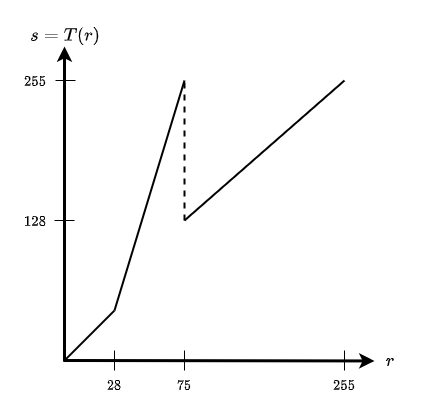
Before: W4/4-6-c.drawio.png, a diagram exported from draw.io (hazalmogultay/466Images). Source tidied: cells renumbered, new cells last; positions are measured from the earlier drawing's top-left corner, leaving out a move shared by most shapes. Its diagram source:
```xml
<mxGraphModel math="1">
  <root>
    <mxCell id="0" />
    <mxCell id="1" parent="0" />
    <mxCell id="2" style="endArrow=classic;html=1;rounded=0;strokeWidth=3;fontFamily=Helvetica;" parent="1" edge="1">
      <mxGeometry relative="1" as="geometry">
        <mxPoint x="64" y="361" as="sourcePoint" />
        <mxPoint x="64" y="46" as="targetPoint" />
      </mxGeometry>
    </mxCell>
    <mxCell id="3" style="endArrow=classic;html=1;rounded=0;strokeWidth=3;" parent="1" edge="1">
      <mxGeometry relative="1" as="geometry">
        <mxPoint x="63" y="360" as="sourcePoint" />
        <mxPoint x="374" y="360.4" as="targetPoint" />
      </mxGeometry>
    </mxCell>
    <mxCell id="4" value="$$s = T(r)$$" style="text;html=1;strokeColor=none;fillColor=none;align=center;verticalAlign=middle;whiteSpace=wrap;rounded=0;fontSize=16;fontStyle=1;" parent="1" vertex="1">
      <mxGeometry width="130" height="70" as="geometry" />
    </mxCell>
    <mxCell id="5" value="$$r$$" style="text;html=1;strokeColor=none;fillColor=none;align=center;verticalAlign=middle;whiteSpace=wrap;rounded=0;fontSize=16;" parent="1" vertex="1">
      <mxGeometry x="360" y="345" width="60" height="30" as="geometry" />
    </mxCell>
    <mxCell id="6" style="endArrow=none;html=1;rounded=0;strokeWidth=2;" parent="1" edge="1">
      <mxGeometry relative="1" as="geometry">
        <mxPoint x="64" y="360" as="sourcePoint" />
        <mxPoint x="114" y="310" as="targetPoint" />
      </mxGeometry>
    </mxCell>
    <mxCell id="7" style="endArrow=none;html=1;rounded=0;strokeWidth=2;" parent="1" edge="1">
      <mxGeometry relative="1" as="geometry">
        <mxPoint x="114" y="310" as="sourcePoint" />
        <mxPoint x="184" y="80" as="targetPoint" />
      </mxGeometry>
    </mxCell>
    <mxCell id="8" style="endArrow=none;html=1;rounded=0;strokeWidth=2;" parent="1" edge="1">
      <mxGeometry relative="1" as="geometry">
        <mxPoint x="184" y="220" as="sourcePoint" />
        <mxPoint x="344" y="80" as="targetPoint" />
      </mxGeometry>
    </mxCell>
    <mxCell id="9" style="endArrow=none;dashed=1;html=1;rounded=0;strokeWidth=2;" parent="1" edge="1">
      <mxGeometry relative="1" as="geometry">
        <mxPoint x="184" y="220" as="sourcePoint" />
        <mxPoint x="184" y="80" as="targetPoint" />
      </mxGeometry>
    </mxCell>
    <mxCell id="10" style="endArrow=none;html=1;rounded=0;strokeWidth=1;" parent="1" edge="1">
      <mxGeometry relative="1" as="geometry">
        <mxPoint x="54" y="220" as="sourcePoint" />
        <mxPoint x="74" y="220" as="targetPoint" />
      </mxGeometry>
    </mxCell>
    <mxCell id="11" style="endArrow=none;html=1;rounded=0;strokeWidth=1;" parent="1" edge="1">
      <mxGeometry relative="1" as="geometry">
        <mxPoint x="55" y="80" as="sourcePoint" />
        <mxPoint x="75" y="80" as="targetPoint" />
      </mxGeometry>
    </mxCell>
    <mxCell id="12" value="$$255$$" style="text;html=1;strokeColor=none;fillColor=none;align=center;verticalAlign=middle;whiteSpace=wrap;rounded=0;" parent="1" vertex="1">
      <mxGeometry x="5" y="66" width="60" height="30" as="geometry" />
    </mxCell>
    <mxCell id="13" value="$$128$$" style="text;html=1;strokeColor=none;fillColor=none;align=center;verticalAlign=middle;whiteSpace=wrap;rounded=0;" parent="1" vertex="1">
      <mxGeometry x="5" y="206" width="60" height="30" as="geometry" />
    </mxCell>
    <mxCell id="14" style="endArrow=none;html=1;rounded=0;strokeWidth=1;" parent="1" edge="1">
      <mxGeometry relative="1" as="geometry">
        <mxPoint x="114" y="370" as="sourcePoint" />
        <mxPoint x="114" y="350" as="targetPoint" />
      </mxGeometry>
    </mxCell>
    <mxCell id="15" style="endArrow=none;html=1;rounded=0;strokeWidth=1;" parent="1" edge="1">
      <mxGeometry relative="1" as="geometry">
        <mxPoint x="184" y="370" as="sourcePoint" />
        <mxPoint x="184" y="350" as="targetPoint" />
      </mxGeometry>
    </mxCell>
    <mxCell id="16" style="endArrow=none;html=1;rounded=0;strokeWidth=1;" parent="1" edge="1">
      <mxGeometry relative="1" as="geometry">
        <mxPoint x="344" y="370" as="sourcePoint" />
        <mxPoint x="344" y="350" as="targetPoint" />
      </mxGeometry>
    </mxCell>
    <mxCell id="17" value="$$28$$" style="text;html=1;strokeColor=none;fillColor=none;align=center;verticalAlign=middle;whiteSpace=wrap;rounded=0;" parent="1" vertex="1">
      <mxGeometry x="84" y="370" width="60" height="30" as="geometry" />
    </mxCell>
    <mxCell id="18" value="$$75$$" style="text;html=1;strokeColor=none;fillColor=none;align=center;verticalAlign=middle;whiteSpace=wrap;rounded=0;" parent="1" vertex="1">
      <mxGeometry x="154" y="370" width="60" height="30" as="geometry" />
    </mxCell>
    <mxCell id="19" value="$$255$$" style="text;html=1;strokeColor=none;fillColor=none;align=center;verticalAlign=middle;whiteSpace=wrap;rounded=0;" parent="1" vertex="1">
      <mxGeometry x="314" y="370" width="60" height="30" as="geometry" />
    </mxCell>
  </root>
</mxGraphModel>
```
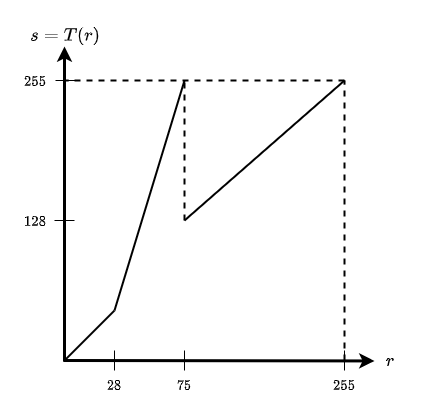
After the commit.

What changed in the source:
```diff
@@ -89,5 +89,17 @@
     <mxCell id="19" value="$$255$$" style="text;html=1;strokeColor=none;fillColor=none;align=center;verticalAlign=middle;whiteSpace=wrap;rounded=0;" parent="1" vertex="1">
       <mxGeometry x="314" y="370" width="60" height="30" as="geometry" />
     </mxCell>
+    <mxCell id="20" style="endArrow=none;dashed=1;html=1;rounded=0;fontSize=16;strokeWidth=2;" parent="1" edge="1">
+      <mxGeometry relative="1" as="geometry">
+        <mxPoint x="344" y="80" as="sourcePoint" />
+        <mxPoint x="64" y="80" as="targetPoint" />
+      </mxGeometry>
+    </mxCell>
+    <mxCell id="21" style="endArrow=none;dashed=1;html=1;rounded=0;fontSize=16;strokeWidth=2;" parent="1" edge="1">
+      <mxGeometry relative="1" as="geometry">
+        <mxPoint x="344" y="360" as="sourcePoint" />
+        <mxPoint x="344" y="80" as="targetPoint" />
+      </mxGeometry>
+    </mxCell>
   </root>
 </mxGraphModel>
```
